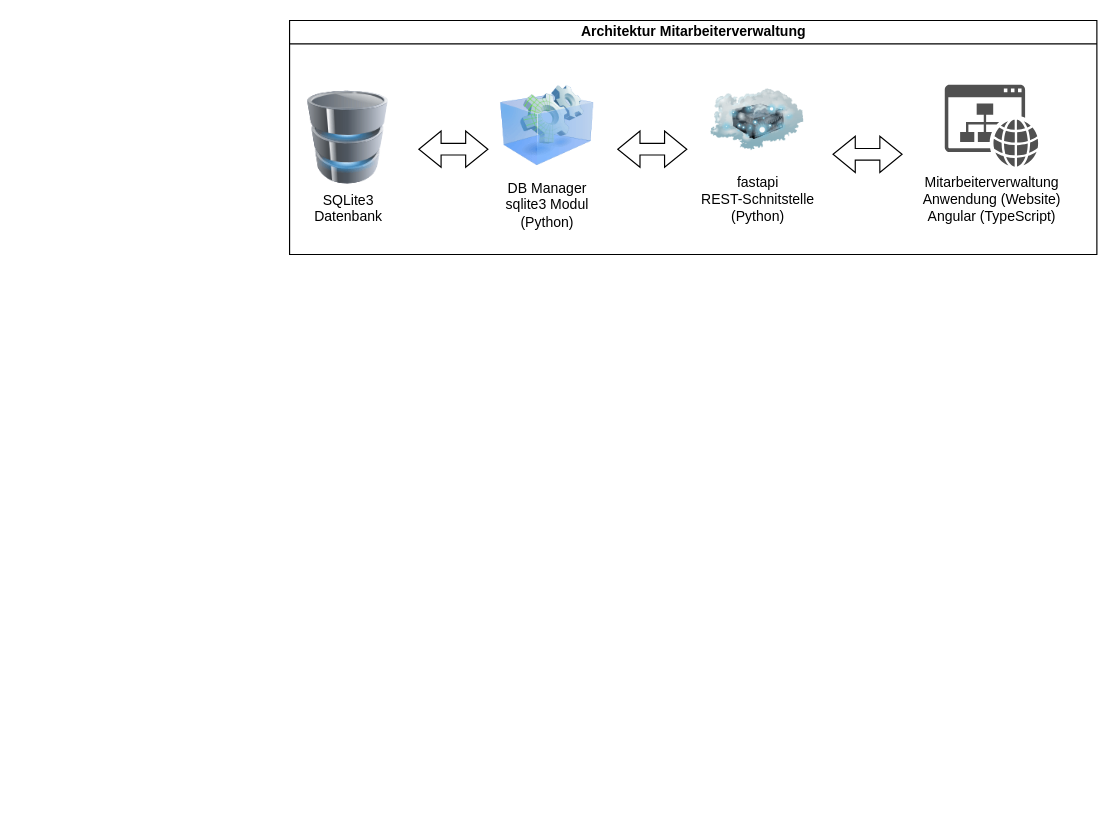
This is diagramme/arch.drawio from patrickpfaff/lf08_erp_projekt, a draw.io file, before an edit. Source tidied: cells renumbered, new cells numbered last; positions are measured from the earlier drawing's top-left corner, leaving out a move shared by most shapes. Both pictures are drawn from the tidied source at 117%, with x=0, y=0 at pixel (289, 20).
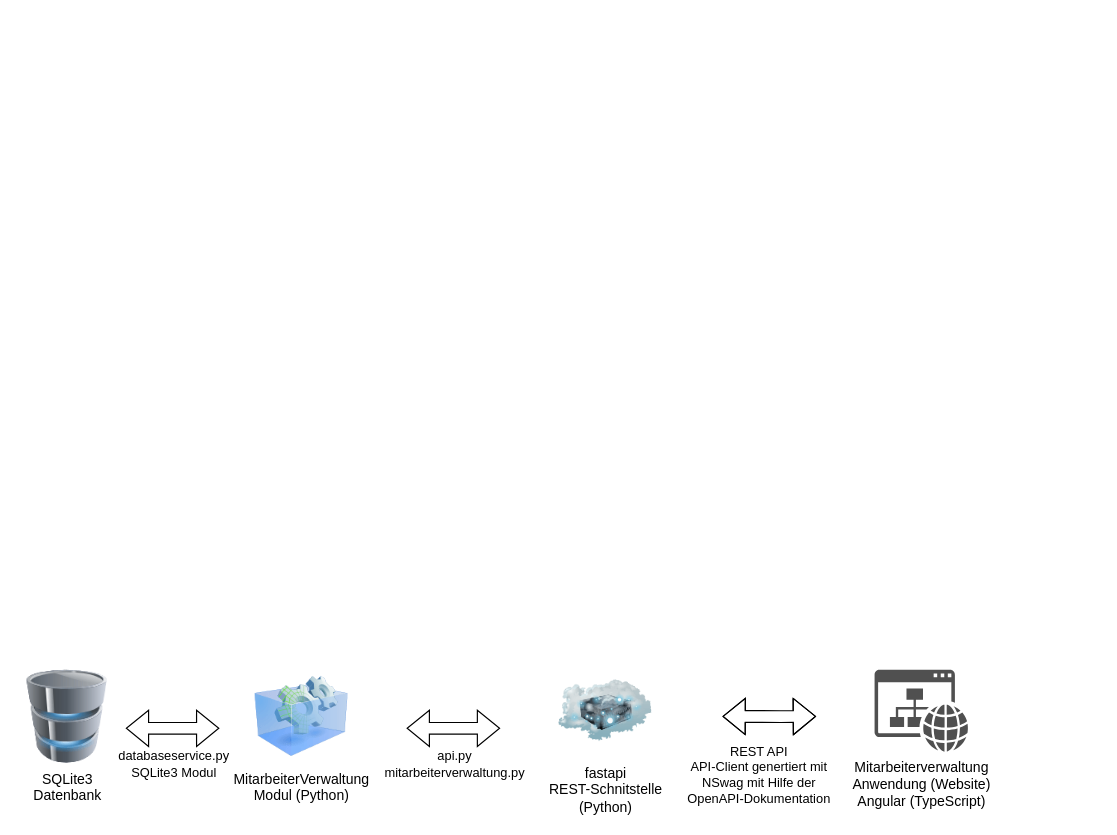
The same diagram, later.

The edit, as a diff of the source:
```diff
@@
 <mxGraphModel>
   <root>
     <mxCell id="0" />
     <mxCell id="1" parent="0" />
-    <mxCell id="2" value="Architektur Mitarbeiterverwaltung" style="swimlane;html=1;startSize=20;horizontal=1;containerType=tree;glass=0;" parent="1" vertex="1">
-      <mxGeometry width="690" height="200" as="geometry" />
-    </mxCell>
-    <mxCell id="3" value="DB Manager&lt;div&gt;sqlite3 Modul&lt;/div&gt;&lt;div&gt;(Python)&lt;/div&gt;" style="image;html=1;image=img/lib/clip_art/computers/Virtual_Application_128x128.png;" parent="2" vertex="1">
-      <mxGeometry x="180" y="50" width="80" height="80" as="geometry" />
-    </mxCell>
+    <mxCell id="10" value="&lt;div&gt;MitarbeiterVerwaltung&lt;/div&gt;&lt;div&gt;Modul (Python)&lt;/div&gt;" style="image;html=1;image=img/lib/clip_art/computers/Virtual_Application_128x128.png;" parent="1" vertex="1">
+      <mxGeometry x="-30" y="555" width="80" height="80" as="geometry" />
+    </mxCell>
-    <mxCell id="4" value="fastapi&lt;div&gt;REST-Schnitstelle&lt;/div&gt;&lt;div&gt;(Python)&lt;/div&gt;" style="image;html=1;image=img/lib/clip_art/networking/Cloud_Server_128x128.png;" parent="2" vertex="1">
-      <mxGeometry x="360" y="45" width="80" height="80" as="geometry" />
+    <mxCell id="4" value="fastapi&lt;div&gt;REST-Schnitstelle&lt;/div&gt;&lt;div&gt;(Python)&lt;/div&gt;" style="image;html=1;image=img/lib/clip_art/networking/Cloud_Server_128x128.png;" parent="1" vertex="1">
+      <mxGeometry x="230" y="550" width="80" height="80" as="geometry" />
     </mxCell>
-    <mxCell id="5" value="Mitarbeiterverwaltung&lt;div&gt;Anwendung (Website)&lt;/div&gt;&lt;div&gt;Angular (TypeScript)&lt;/div&gt;" style="sketch=0;shadow=0;dashed=0;html=1;strokeColor=none;fillColor=#505050;labelPosition=center;verticalLabelPosition=bottom;verticalAlign=top;align=center;shape=mxgraph.office.concepts.website;" parent="2" vertex="1">
-      <mxGeometry x="560" y="55" width="80" height="70" as="geometry" />
+    <mxCell id="5" value="Mitarbeiterverwaltung&lt;div&gt;Anwendung (Website)&lt;/div&gt;&lt;div&gt;Angular (TypeScript)&lt;/div&gt;" style="sketch=0;shadow=0;dashed=0;html=1;strokeColor=none;fillColor=#505050;labelPosition=center;verticalLabelPosition=bottom;verticalAlign=top;align=center;shape=mxgraph.office.concepts.website;" parent="1" vertex="1">
+      <mxGeometry x="500" y="555" width="80" height="70" as="geometry" />
     </mxCell>
-    <mxCell id="6" style="shape=flexArrow;endArrow=classic;startArrow=classic;html=1;rounded=0;" parent="2" edge="1">
-      <mxGeometry relative="1" as="geometry">
-        <mxPoint x="280" y="110" as="sourcePoint" />
-        <mxPoint x="340" y="110" as="targetPoint" />
-      </mxGeometry>
-    </mxCell>
-    <mxCell id="7" style="shape=flexArrow;endArrow=classic;startArrow=classic;html=1;rounded=0;" parent="2" edge="1">
-      <mxGeometry relative="1" as="geometry">
-        <mxPoint x="464" y="114.4" as="sourcePoint" />
-        <mxPoint x="524" y="114.4" as="targetPoint" />
-      </mxGeometry>
-    </mxCell>
-    <mxCell id="8" value="SQLite3&lt;div&gt;Datenbank&lt;/div&gt;" style="image;html=1;image=img/lib/clip_art/computers/Database_128x128.png;" parent="2" vertex="1">
-      <mxGeometry x="10" y="60" width="80" height="80" as="geometry" />
+    <mxCell id="8" value="SQLite3&lt;div&gt;Datenbank&lt;/div&gt;" style="image;html=1;image=img/lib/clip_art/computers/Database_128x128.png;" parent="1" vertex="1">
+      <mxGeometry x="-230" y="555" width="80" height="80" as="geometry" />
     </mxCell>
-    <mxCell id="9" style="shape=flexArrow;endArrow=classic;startArrow=classic;html=1;rounded=0;" parent="1" edge="1">
-      <mxGeometry relative="1" as="geometry">
-        <mxPoint x="110" y="110" as="sourcePoint" />
-        <mxPoint x="170" y="110" as="targetPoint" />
-      </mxGeometry>
-    </mxCell>
+    <mxCell id="11" style="shape=flexArrow;endArrow=classic;startArrow=classic;html=1;rounded=0;" parent="1" edge="1">
+      <mxGeometry relative="1" as="geometry">
+        <mxPoint x="-140" y="605" as="sourcePoint" />
+        <mxPoint x="-60" y="605" as="targetPoint" />
+      </mxGeometry>
+    </mxCell>
+    <mxCell id="12" value="databaseservice.py&lt;br&gt;SQLite3 Modul" style="edgeLabel;html=1;align=center;verticalAlign=middle;" parent="11" vertex="1">
+      <mxGeometry x="-0.05" y="2" relative="1" as="geometry">
+        <mxPoint x="2" y="32" as="offset" />
+      </mxGeometry>
+    </mxCell>
+    <mxCell id="13" style="shape=flexArrow;endArrow=classic;startArrow=classic;html=1;rounded=0;" parent="1" edge="1">
+      <mxGeometry relative="1" as="geometry">
+        <mxPoint x="100" y="605" as="sourcePoint" />
+        <mxPoint x="180" y="605" as="targetPoint" />
+      </mxGeometry>
+    </mxCell>
+    <mxCell id="14" value="api.py&lt;br&gt;mitarbeiterverwaltung.py" style="edgeLabel;html=1;align=center;verticalAlign=middle;" parent="13" vertex="1">
+      <mxGeometry x="-0.05" y="2" relative="1" as="geometry">
+        <mxPoint x="2" y="32" as="offset" />
+      </mxGeometry>
+    </mxCell>
+    <mxCell id="15" style="shape=flexArrow;endArrow=classic;startArrow=classic;html=1;rounded=0;" parent="1" edge="1">
+      <mxGeometry relative="1" as="geometry">
+        <mxPoint x="370" y="594.8" as="sourcePoint" />
+        <mxPoint x="450" y="594.8" as="targetPoint" />
+        <Array as="points">
+          <mxPoint x="420" y="595" />
+        </Array>
+      </mxGeometry>
+    </mxCell>
+    <mxCell id="16" value="REST API&lt;br&gt;API-Client genertiert mit&lt;br&gt;NSwag mit Hilfe der&lt;br&gt;OpenAPI-Dokumentation" style="edgeLabel;html=1;align=center;verticalAlign=middle;" parent="15" vertex="1">
+      <mxGeometry x="-0.05" y="2" relative="1" as="geometry">
+        <mxPoint x="-8" y="52" as="offset" />
+      </mxGeometry>
+    </mxCell>
   </root>
 </mxGraphModel>
```
